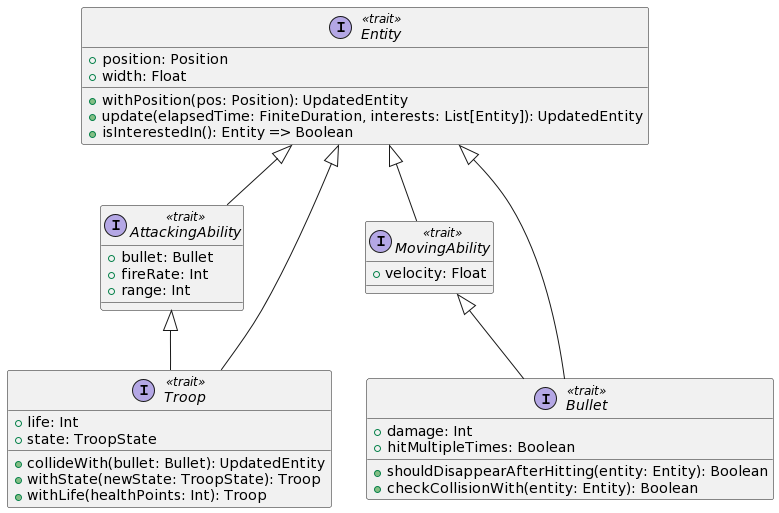
This is doc/tex/report/images/model-desing.png from PaoloPenazzi/pps-pvzlike, a PlantUML export, as it was before one commit.
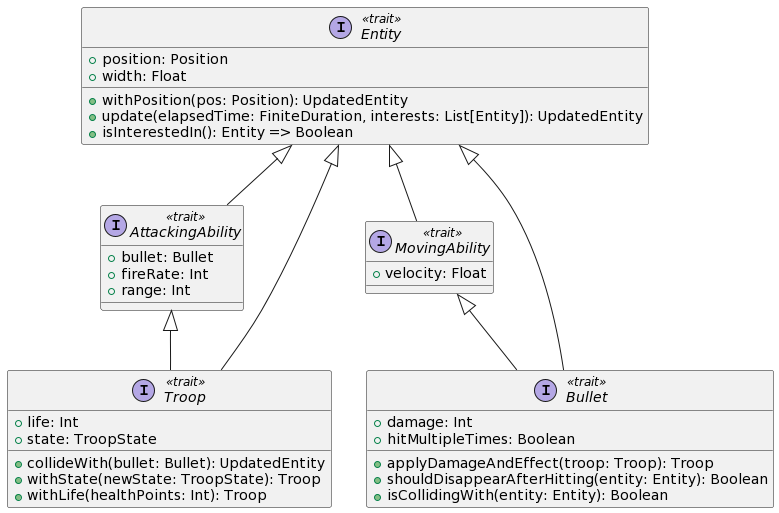
Later version of the same file.

Diff of the diagram source:
```diff
@@ -25,8 +25,9 @@
 interface Bullet <<trait>> {
 + damage: Int
 + hitMultipleTimes: Boolean
++ applyDamageAndEffect(troop: Troop): Troop
 + shouldDisappearAfterHitting(entity: Entity): Boolean
-+ checkCollisionWith(entity: Entity): Boolean
++ isCollidingWith(entity: Entity): Boolean
 }
 
 Entity <|-down- MovingAbility
```
